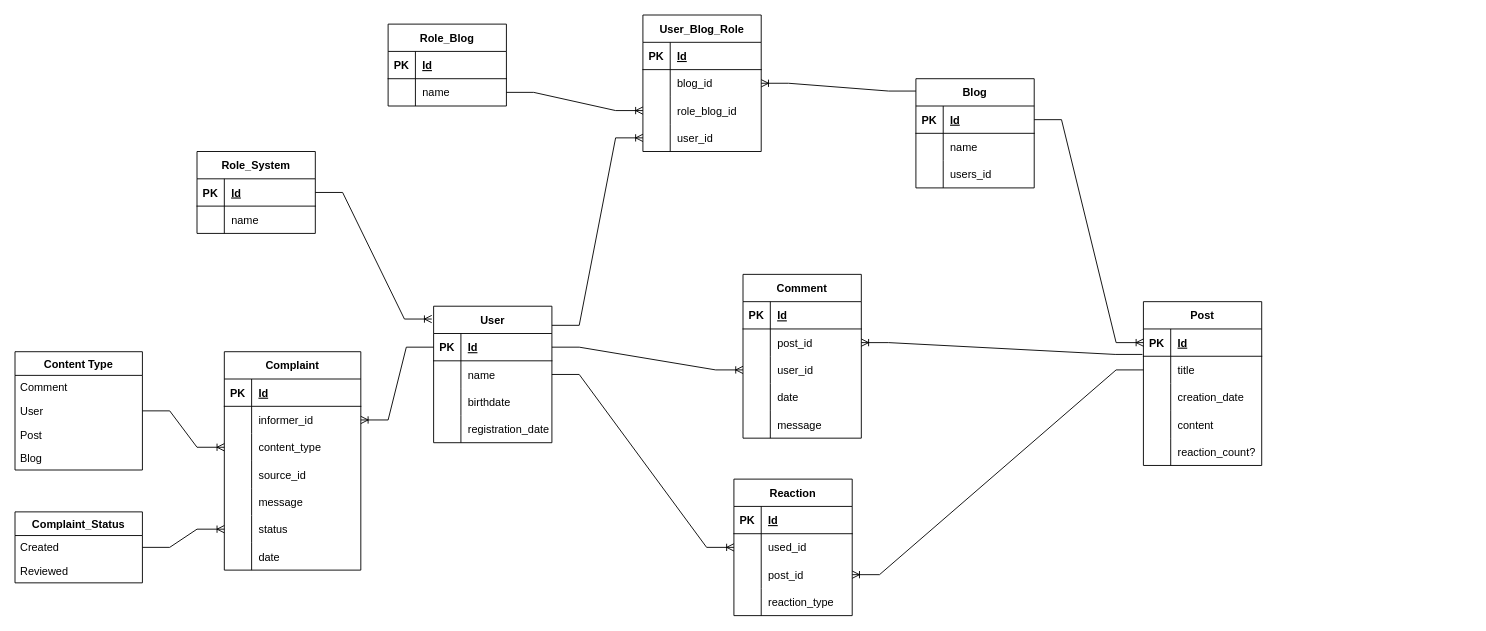
Above: docs/ER_class_diagram.drawio in javavlsu/course-work-team-69-airapetyan-igoshin (draw.io), before the change. Source tidied: cells renumbered, new cells numbered last; positions are measured from the earlier drawing's top-left corner, leaving out a move shared by most shapes. Both pictures are drawn from the tidied source at 91%, with x=0, y=0 at pixel (15, 15).
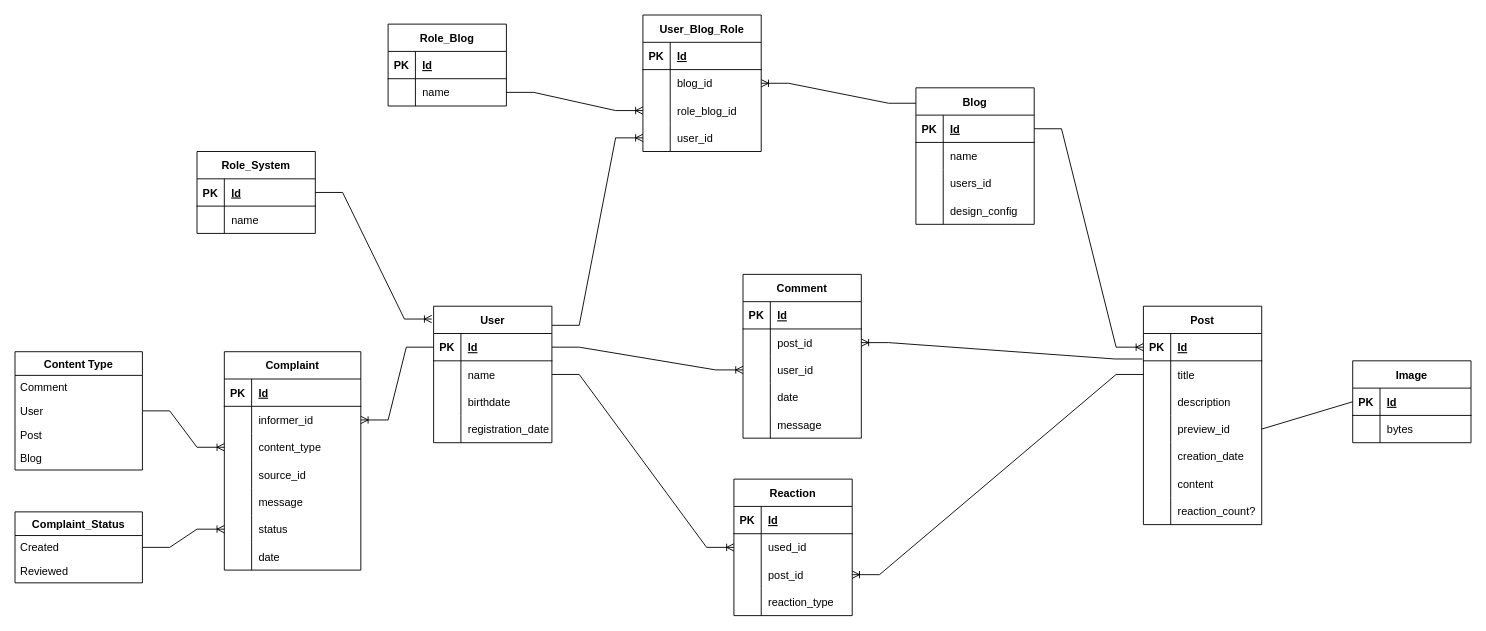
The same diagram, later.

Change to the diagram source:
```diff
@@
     <mxCell id="15" value="Blog" style="shape=table;startSize=30;childLayout=tableLayout;rowLines=0;fontStyle=1;align=center;" parent="1" vertex="1">
-      <mxGeometry x="990" y="70" width="130" height="120" as="geometry" />
+      <mxGeometry x="990" y="80" width="130" height="150" as="geometry" />
     </mxCell>
@@
+    <mxCell id="139" style="shape=tableRow;horizontal=0;startSize=0;swimlaneHead=0;swimlaneBody=0;fillColor=none;top=0;left=0;right=0;bottom=0;" parent="15" vertex="1">
+      <mxGeometry y="120" width="130" height="30" as="geometry" />
+    </mxCell>
+    <mxCell id="140" style="shape=partialRectangle;fillColor=none;top=0;left=0;bottom=0;right=0;overflow=hidden;" parent="139" vertex="1">
+      <mxGeometry width="30" height="30" as="geometry" />
+    </mxCell>
+    <mxCell id="141" value="design_config" style="shape=partialRectangle;fillColor=none;top=0;left=0;bottom=0;right=0;align=left;spacingLeft=6;overflow=hidden;" parent="139" vertex="1">
+      <mxGeometry x="30" width="100" height="30" as="geometry" />
+    </mxCell>
     <mxCell id="25" value="Post" style="shape=table;startSize=30;childLayout=tableLayout;rowLines=0;fontStyle=1;align=center;" parent="1" vertex="1">
-      <mxGeometry x="1240" y="315" width="130" height="180" as="geometry" />
+      <mxGeometry x="1240" y="320" width="130" height="240" as="geometry" />
     </mxCell>
@@
+    <mxCell id="142" style="shape=tableRow;horizontal=0;startSize=0;swimlaneHead=0;swimlaneBody=0;fillColor=none;top=0;left=0;right=0;bottom=0;" parent="25" vertex="1">
+      <mxGeometry y="90" width="130" height="30" as="geometry" />
+    </mxCell>
+    <mxCell id="143" style="shape=partialRectangle;fillColor=none;top=0;left=0;bottom=0;right=0;overflow=hidden;" parent="142" vertex="1">
+      <mxGeometry width="30" height="30" as="geometry" />
+    </mxCell>
+    <mxCell id="144" value="description" style="shape=partialRectangle;fillColor=none;top=0;left=0;bottom=0;right=0;align=left;spacingLeft=6;overflow=hidden;" parent="142" vertex="1">
+      <mxGeometry x="30" width="100" height="30" as="geometry" />
+    </mxCell>
+    <mxCell id="145" style="shape=tableRow;horizontal=0;startSize=0;swimlaneHead=0;swimlaneBody=0;fillColor=none;points=[[0,0.5],[1,0.5]];portConstraint=eastwest;top=0;left=0;right=0;bottom=0;" parent="25" vertex="1">
+      <mxGeometry y="120" width="130" height="30" as="geometry" />
+    </mxCell>
+    <mxCell id="146" style="shape=partialRectangle;fillColor=none;top=0;left=0;bottom=0;right=0;overflow=hidden;" parent="145" vertex="1">
+      <mxGeometry width="30" height="30" as="geometry" />
+    </mxCell>
+    <mxCell id="147" value="preview_id" style="shape=partialRectangle;fillColor=none;top=0;left=0;bottom=0;right=0;align=left;spacingLeft=6;overflow=hidden;" parent="145" vertex="1">
+      <mxGeometry x="30" width="100" height="30" as="geometry" />
+    </mxCell>
     <mxCell id="32" style="shape=tableRow;horizontal=0;startSize=0;swimlaneHead=0;swimlaneBody=0;fillColor=none;top=0;left=0;right=0;bottom=0;" parent="25" vertex="1">
-      <mxGeometry y="90" width="130" height="30" as="geometry" />
+      <mxGeometry y="150" width="130" height="30" as="geometry" />
     </mxCell>
@@
     <mxCell id="35" style="shape=tableRow;horizontal=0;startSize=0;swimlaneHead=0;swimlaneBody=0;fillColor=none;top=0;left=0;right=0;bottom=0;" parent="25" vertex="1">
-      <mxGeometry y="120" width="130" height="30" as="geometry" />
+      <mxGeometry y="180" width="130" height="30" as="geometry" />
     </mxCell>
@@
     <mxCell id="38" style="shape=tableRow;horizontal=0;startSize=0;swimlaneHead=0;swimlaneBody=0;fillColor=none;top=0;left=0;right=0;bottom=0;" parent="25" vertex="1">
-      <mxGeometry y="150" width="130" height="30" as="geometry" />
+      <mxGeometry y="210" width="130" height="30" as="geometry" />
     </mxCell>
@@
+    <mxCell id="148" value="Image" style="shape=table;startSize=30;childLayout=tableLayout;rowLines=0;fontStyle=1;align=center;" parent="1" vertex="1">
+      <mxGeometry x="1470" y="380" width="130" height="90" as="geometry" />
+    </mxCell>
+    <mxCell id="149" style="shape=tableRow;horizontal=0;startSize=0;swimlaneHead=0;swimlaneBody=0;fillColor=none;points=[[0,0.5],[1,0.5]];portConstraint=eastwest;top=0;left=0;right=0;bottom=1;" parent="148" vertex="1">
+      <mxGeometry y="30" width="130" height="30" as="geometry" />
+    </mxCell>
+    <mxCell id="150" value="PK" style="shape=partialRectangle;fillColor=none;top=0;left=0;bottom=0;right=0;fontStyle=1;overflow=hidden;" parent="149" vertex="1">
+      <mxGeometry width="30" height="30" as="geometry" />
+    </mxCell>
+    <mxCell id="151" value="Id" style="shape=partialRectangle;fillColor=none;top=0;left=0;bottom=0;right=0;align=left;spacingLeft=6;fontStyle=5;overflow=hidden;" parent="149" vertex="1">
+      <mxGeometry x="30" width="100" height="30" as="geometry" />
+    </mxCell>
+    <mxCell id="152" style="shape=tableRow;horizontal=0;startSize=0;swimlaneHead=0;swimlaneBody=0;fillColor=none;top=0;left=0;right=0;bottom=0;" parent="148" vertex="1">
+      <mxGeometry y="60" width="130" height="30" as="geometry" />
+    </mxCell>
+    <mxCell id="153" style="shape=partialRectangle;fillColor=none;top=0;left=0;bottom=0;right=0;overflow=hidden;" parent="152" vertex="1">
+      <mxGeometry width="30" height="30" as="geometry" />
+    </mxCell>
+    <mxCell id="154" value="bytes" style="shape=partialRectangle;fillColor=none;top=0;left=0;bottom=0;right=0;align=left;spacingLeft=6;overflow=hidden;" parent="152" vertex="1">
+      <mxGeometry x="30" width="100" height="30" as="geometry" />
+    </mxCell>
+    <mxCell id="155" style="endArrow=none;html=1;rounded=0;exitX=1;exitY=0.5;exitDx=0;exitDy=0;entryX=0;entryY=0.5;entryDx=0;entryDy=0;" parent="1" edge="1" source="145" target="149">
+      <mxGeometry relative="1" as="geometry" />
+    </mxCell>
```
